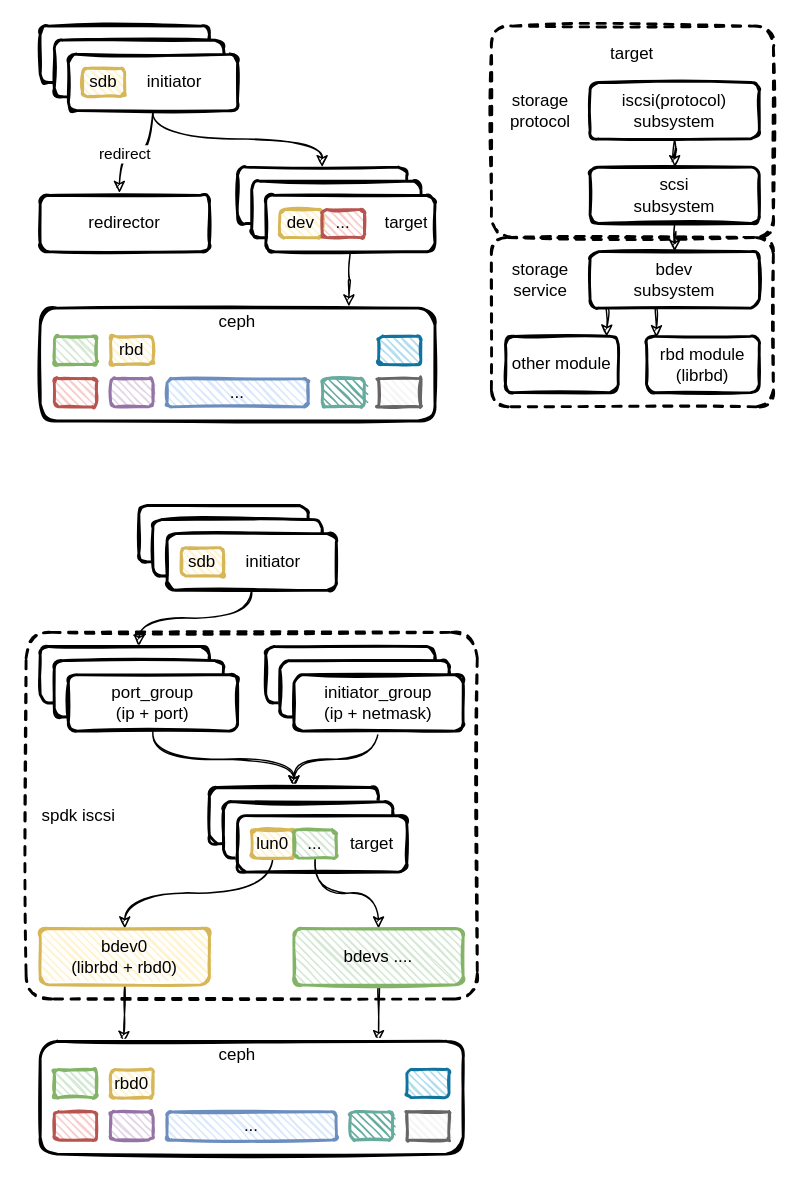
The draw.io diagram page "spdk_ceph" (1 of 3) of spdk/spdk_iscsi.drawio in EarthWind/deeparch, before the edit. Source tidied: cells renumbered, new cells numbered last; positions are measured from the earlier drawing's top-left corner, leaving out a move shared by most shapes. Both pictures are drawn from the tidied source at 141%, with x=0, y=0 at pixel (25, 25).
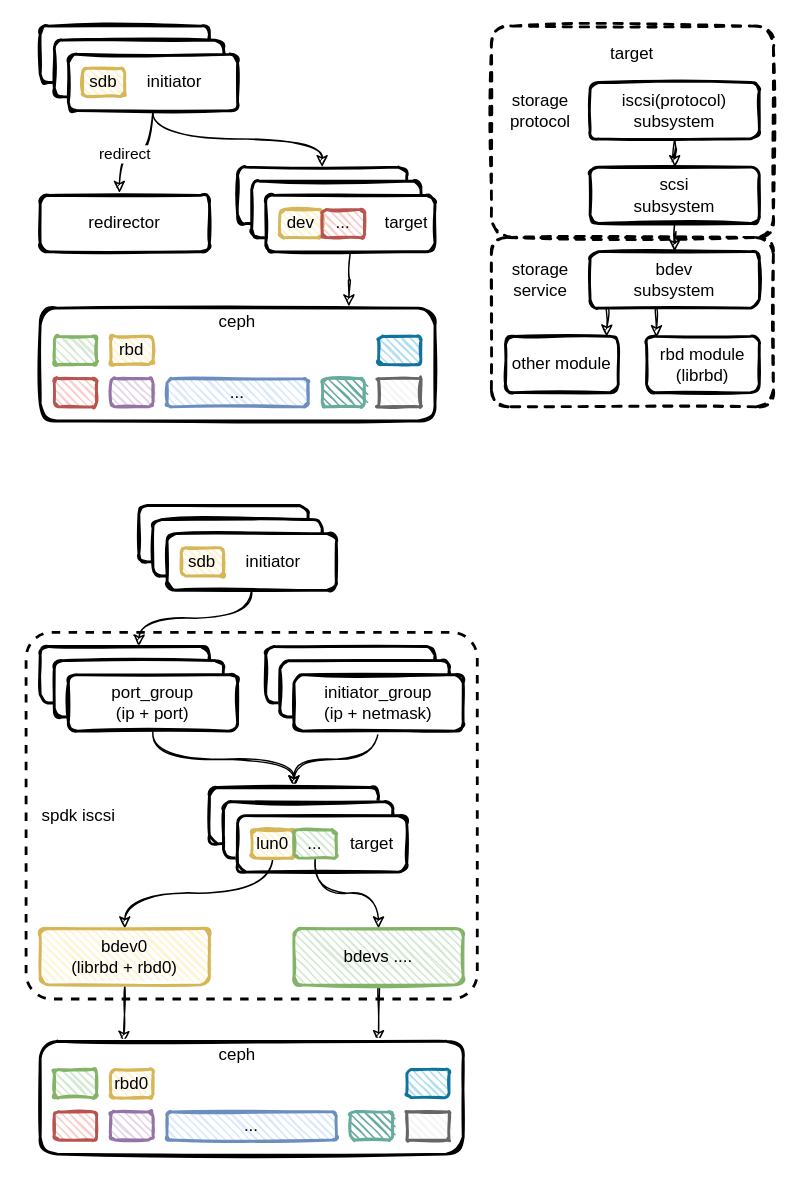
The same diagram, later.

Diff of the diagram source:
```diff
@@
-    <mxCell id="3" style="rounded=1;whiteSpace=wrap;html=1;strokeWidth=2;fillWeight=4;hachureGap=8;hachureAngle=45;sketch=1;shadow=0;fontSize=12;fontColor=#000000;dashed=1;arcSize=7;fillColor=#FFFFFF;" parent="1" vertex="1">
+    <mxCell id="3" style="rounded=1;whiteSpace=wrap;html=1;strokeWidth=2;fillWeight=4;hachureGap=8;hachureAngle=45;sketch=0;shadow=0;fontSize=12;dashed=1;arcSize=7;" parent="1" vertex="1">
       <mxGeometry y="430" width="320" height="260" as="geometry" />
     </mxCell>
```
